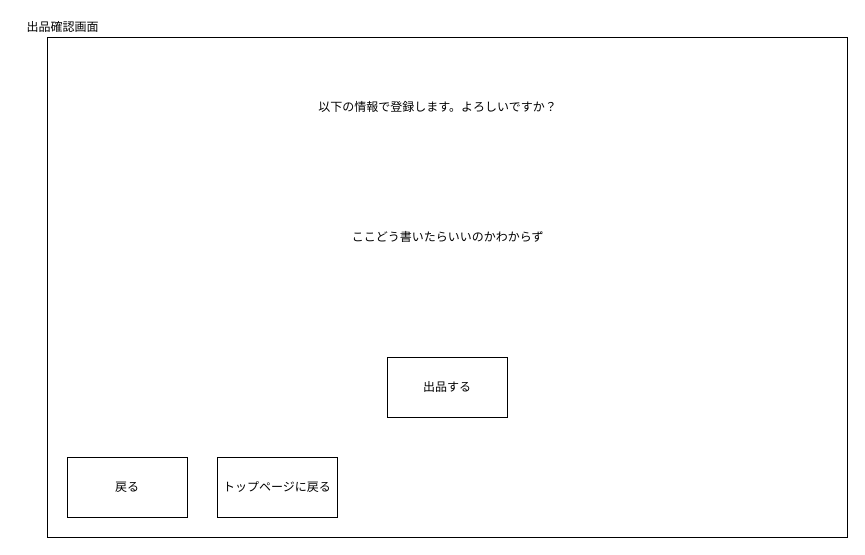
This is レイアウト図/会員画面/出品/出品確認画面.drawio from 2022java42-student009/ProjectJava, a draw.io file, before an edit. Source tidied: cells renumbered, new cells numbered last; positions are measured from the earlier drawing's top-left corner, leaving out a move shared by most shapes. Both pictures are drawn from the tidied source at 100%, with x=0, y=0 at pixel (17, 17).
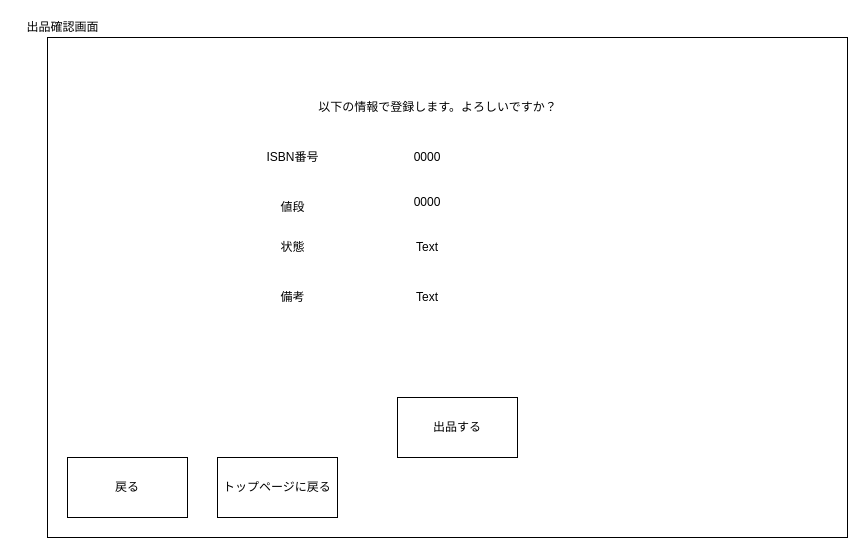
The same page after the edit.

Change to the diagram source:
```diff
@@
 <mxGraphModel>
   <root>
     <mxCell id="0" />
     <mxCell id="1" parent="0" />
     <mxCell id="2" value="&lt;span&gt;出品確認画面&lt;/span&gt;" style="text;html=1;align=center;verticalAlign=middle;strokeColor=none;fillColor=none;" parent="1" vertex="1">
       <mxGeometry width="90" height="20" as="geometry" />
     </mxCell>
     <mxCell id="3" style="rounded=0;whiteSpace=wrap;html=1;" parent="1" vertex="1">
       <mxGeometry x="30" y="20" width="800" height="500" as="geometry" />
     </mxCell>
     <mxCell id="4" value="以下の情報で登録します。よろしいですか？" style="text;html=1;align=center;verticalAlign=middle;strokeColor=none;fillColor=none;" parent="1" vertex="1">
       <mxGeometry x="290" y="80" width="260" height="20" as="geometry" />
     </mxCell>
     <mxCell id="5" value="出品する" style="rounded=0;whiteSpace=wrap;html=1;" parent="1" vertex="1">
-      <mxGeometry x="370" y="340" width="120" height="60" as="geometry" />
+      <mxGeometry x="380" y="380" width="120" height="60" as="geometry" />
     </mxCell>
-    <mxCell id="6" value="ここどう書いたらいいのかわからず" style="text;html=1;align=center;verticalAlign=middle;strokeColor=none;fillColor=none;" parent="1" vertex="1">
-      <mxGeometry x="325" y="210" width="210" height="20" as="geometry" />
-    </mxCell>
     <mxCell id="7" value="戻る" style="rounded=0;whiteSpace=wrap;html=1;" parent="1" vertex="1">
       <mxGeometry x="50" y="440" width="120" height="60" as="geometry" />
     </mxCell>
     <mxCell id="8" value="トップページに戻る" style="rounded=0;whiteSpace=wrap;html=1;" parent="1" vertex="1">
       <mxGeometry x="200" y="440" width="120" height="60" as="geometry" />
     </mxCell>
+    <mxCell id="9" value="備考" style="text;html=1;align=center;verticalAlign=middle;strokeColor=none;fillColor=none;" parent="1" vertex="1">
+      <mxGeometry x="255" y="270" width="40" height="20" as="geometry" />
+    </mxCell>
+    <mxCell id="10" value="値段" style="text;html=1;align=center;verticalAlign=middle;strokeColor=none;fillColor=none;" parent="1" vertex="1">
+      <mxGeometry x="255" y="180" width="40" height="20" as="geometry" />
+    </mxCell>
+    <mxCell id="11" value="状態" style="text;html=1;align=center;verticalAlign=middle;strokeColor=none;fillColor=none;" parent="1" vertex="1">
+      <mxGeometry x="255" y="220" width="40" height="20" as="geometry" />
+    </mxCell>
+    <mxCell id="12" value="ISBN番号" style="text;html=1;align=center;verticalAlign=middle;strokeColor=none;fillColor=none;" parent="1" vertex="1">
+      <mxGeometry x="240" y="130" width="70" height="20" as="geometry" />
+    </mxCell>
+    <mxCell id="13" value="0000" style="text;html=1;strokeColor=none;fillColor=none;align=center;verticalAlign=middle;whiteSpace=wrap;rounded=0;" parent="1" vertex="1">
+      <mxGeometry x="380" y="125" width="60" height="30" as="geometry" />
+    </mxCell>
+    <mxCell id="14" value="0000" style="text;html=1;strokeColor=none;fillColor=none;align=center;verticalAlign=middle;whiteSpace=wrap;rounded=0;" parent="1" vertex="1">
+      <mxGeometry x="380" y="170" width="60" height="30" as="geometry" />
+    </mxCell>
+    <mxCell id="15" value="Text" style="text;html=1;strokeColor=none;fillColor=none;align=center;verticalAlign=middle;whiteSpace=wrap;rounded=0;" parent="1" vertex="1">
+      <mxGeometry x="380" y="215" width="60" height="30" as="geometry" />
+    </mxCell>
+    <mxCell id="16" value="Text" style="text;html=1;strokeColor=none;fillColor=none;align=center;verticalAlign=middle;whiteSpace=wrap;rounded=0;" parent="1" vertex="1">
+      <mxGeometry x="380" y="265" width="60" height="30" as="geometry" />
+    </mxCell>
   </root>
 </mxGraphModel>
```
